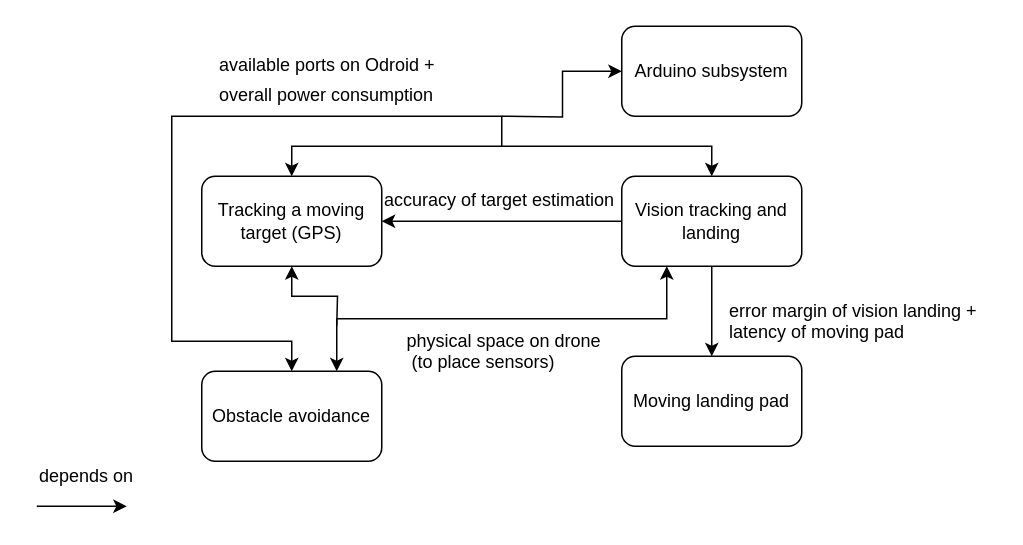
This is dependency_graph.drawio from prasannawilliams/high-level-architecture, a draw.io file, before an edit. Source tidied: cells renumbered, new cells numbered last; positions are measured from the earlier drawing's top-left corner, leaving out a move shared by most shapes. Both pictures are drawn from the tidied source at 150%, with x=0, y=0 at pixel (36, 26).
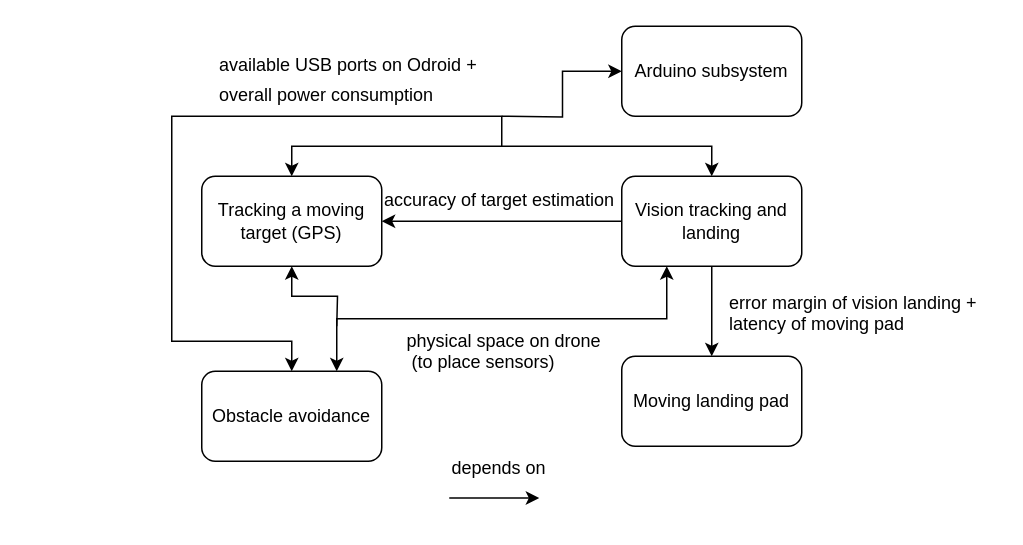
After the change.

The edit, as a diff of the source:
```diff
@@
     <mxCell id="5" style="endArrow=classic;html=1;" parent="1" edge="1">
       <mxGeometry relative="1" as="geometry">
-        <mxPoint y="320" as="sourcePoint" />
-        <mxPoint x="60" y="320" as="targetPoint" />
+        <mxPoint x="275" y="314.5" as="sourcePoint" />
+        <mxPoint x="335" y="314.5" as="targetPoint" />
       </mxGeometry>
     </mxCell>
     <mxCell id="6" value="depends on" style="text;html=1;align=left;verticalAlign=top;spacingTop=-4;" parent="1" vertex="1">
-      <mxGeometry y="290" width="80" height="20" as="geometry" />
+      <mxGeometry x="275" y="284.5" width="80" height="20" as="geometry" />
     </mxCell>
@@
     <mxCell id="15" value="error margin of vision landing +&lt;br&gt;latency of moving pad&lt;br&gt;" style="text;html=1;align=left;verticalAlign=top;spacingTop=-4;" parent="1" vertex="1">
-      <mxGeometry x="460" y="180" width="180" height="30" as="geometry" />
+      <mxGeometry x="460" y="175" width="180" height="30" as="geometry" />
     </mxCell>
@@
-    <mxCell id="18" value="available ports on Odroid +" style="text;html=1;align=left;verticalAlign=top;spacingTop=-4;" parent="1" vertex="1">
-      <mxGeometry x="120" y="16" width="160" height="20" as="geometry" />
+    <mxCell id="18" value="available USB ports on Odroid +" style="text;html=1;align=left;verticalAlign=top;spacingTop=-4;" parent="1" vertex="1">
+      <mxGeometry x="120" y="16" width="190" height="20" as="geometry" />
     </mxCell>
```
